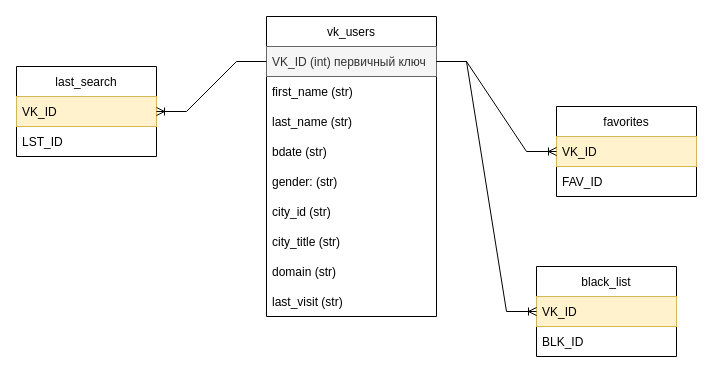
Garbuzenko/VKinder keeps this draw.io diagram as docs/DB_Vkinter.drawio. Above is the earlier version. Source tidied: cells renumbered, new cells numbered last; positions are measured from the earlier drawing's top-left corner, leaving out a move shared by most shapes. Both pictures are drawn from the tidied source at 100%, with x=0, y=0 at pixel (16, 16).
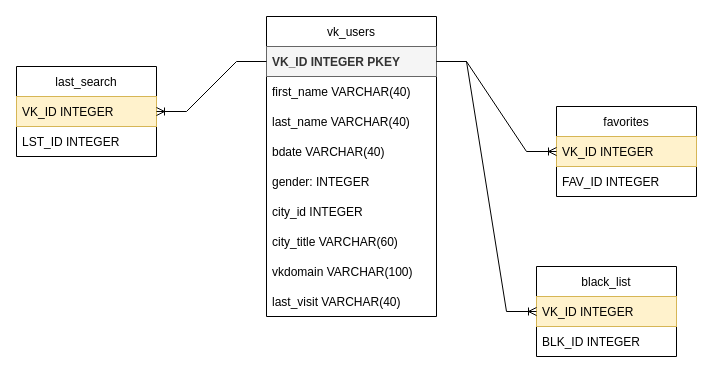
The same page after the edit.

The change refers to these unchanged cells:
```xml
<mxCell id="2" value="vk_users" style="swimlane;fontStyle=0;horizontal=1;startSize=30;" parent="1" vertex="1">
  <mxGeometry x="250" width="170" height="300" as="geometry" />
</mxCell>
<mxCell id="12" value="favorites" style="swimlane;fontStyle=0;horizontal=1;startSize=30;" parent="1" vertex="1">
  <mxGeometry x="540" y="90" width="140" height="90" as="geometry" />
</mxCell>
<mxCell id="15" value="black_list" style="swimlane;fontStyle=0;horizontal=1;startSize=30;" parent="1" vertex="1">
  <mxGeometry x="520" y="250" width="140" height="90" as="geometry" />
</mxCell>
<mxCell id="19" value="last_search" style="swimlane;fontStyle=0;horizontal=1;startSize=30;" parent="1" vertex="1">
  <mxGeometry y="50" width="140" height="90" as="geometry" />
</mxCell>
```

Change to the diagram source:
```diff
@@
-    <mxCell id="3" value="VK_ID (int) первичный ключ" style="text;strokeColor=#666666;fillColor=#f5f5f5;align=left;verticalAlign=middle;spacingLeft=4;spacingRight=4;overflow=hidden;points=[[0,0.5],[1,0.5]];portConstraint=eastwest;fontColor=#333333;" parent="2" vertex="1">
+    <mxCell id="3" value="VK_ID INTEGER PKEY" style="text;strokeColor=#666666;fillColor=#f5f5f5;align=left;verticalAlign=middle;spacingLeft=4;spacingRight=4;overflow=hidden;points=[[0,0.5],[1,0.5]];portConstraint=eastwest;fontColor=#333333;fontStyle=1;" parent="2" vertex="1">
       <mxGeometry y="30" width="170" height="30" as="geometry" />
     </mxCell>
-    <mxCell id="4" value="first_name (str)" style="text;strokeColor=none;fillColor=none;align=left;verticalAlign=middle;spacingLeft=4;spacingRight=4;overflow=hidden;" parent="2" vertex="1">
+    <mxCell id="4" value="first_name VARCHAR(40)" style="text;strokeColor=none;fillColor=none;align=left;verticalAlign=middle;spacingLeft=4;spacingRight=4;overflow=hidden;" parent="2" vertex="1">
       <mxGeometry y="60" width="170" height="30" as="geometry" />
     </mxCell>
-    <mxCell id="5" value="last_name (str)" style="text;strokeColor=none;fillColor=none;align=left;verticalAlign=middle;spacingLeft=4;spacingRight=4;overflow=hidden;" parent="2" vertex="1">
+    <mxCell id="5" value="last_name VARCHAR(40)" style="text;strokeColor=none;fillColor=none;align=left;verticalAlign=middle;spacingLeft=4;spacingRight=4;overflow=hidden;" parent="2" vertex="1">
       <mxGeometry y="90" width="170" height="30" as="geometry" />
     </mxCell>
-    <mxCell id="6" value="bdate (str)" style="text;strokeColor=none;fillColor=none;align=left;verticalAlign=middle;spacingLeft=4;spacingRight=4;overflow=hidden;" parent="2" vertex="1">
+    <mxCell id="6" value="bdate VARCHAR(40)" style="text;strokeColor=none;fillColor=none;align=left;verticalAlign=middle;spacingLeft=4;spacingRight=4;overflow=hidden;" parent="2" vertex="1">
       <mxGeometry y="120" width="170" height="30" as="geometry" />
     </mxCell>
-    <mxCell id="7" value="gender: (str)" style="text;strokeColor=none;fillColor=none;align=left;verticalAlign=middle;spacingLeft=4;spacingRight=4;overflow=hidden;" parent="2" vertex="1">
+    <mxCell id="7" value="gender: INTEGER" style="text;strokeColor=none;fillColor=none;align=left;verticalAlign=middle;spacingLeft=4;spacingRight=4;overflow=hidden;" parent="2" vertex="1">
       <mxGeometry y="150" width="170" height="30" as="geometry" />
     </mxCell>
-    <mxCell id="8" value="city_id (str)" style="text;strokeColor=none;fillColor=none;align=left;verticalAlign=middle;spacingLeft=4;spacingRight=4;overflow=hidden;" parent="2" vertex="1">
+    <mxCell id="8" value="city_id INTEGER" style="text;strokeColor=none;fillColor=none;align=left;verticalAlign=middle;spacingLeft=4;spacingRight=4;overflow=hidden;" parent="2" vertex="1">
       <mxGeometry y="180" width="170" height="30" as="geometry" />
     </mxCell>
-    <mxCell id="9" value="city_title (str)" style="text;strokeColor=none;fillColor=none;align=left;verticalAlign=middle;spacingLeft=4;spacingRight=4;overflow=hidden;" parent="2" vertex="1">
+    <mxCell id="9" value="city_title VARCHAR(60)" style="text;strokeColor=none;fillColor=none;align=left;verticalAlign=middle;spacingLeft=4;spacingRight=4;overflow=hidden;" parent="2" vertex="1">
       <mxGeometry y="210" width="170" height="30" as="geometry" />
     </mxCell>
-    <mxCell id="10" value="domain (str)" style="text;strokeColor=none;fillColor=none;align=left;verticalAlign=middle;spacingLeft=4;spacingRight=4;overflow=hidden;" parent="2" vertex="1">
+    <mxCell id="10" value="vkdomain VARCHAR(100)" style="text;strokeColor=none;fillColor=none;align=left;verticalAlign=middle;spacingLeft=4;spacingRight=4;overflow=hidden;" parent="2" vertex="1">
       <mxGeometry y="240" width="170" height="30" as="geometry" />
     </mxCell>
-    <mxCell id="11" value="last_visit (str)" style="text;strokeColor=none;fillColor=none;align=left;verticalAlign=middle;spacingLeft=4;spacingRight=4;overflow=hidden;" parent="2" vertex="1">
+    <mxCell id="11" value="last_visit VARCHAR(40)" style="text;strokeColor=none;fillColor=none;align=left;verticalAlign=middle;spacingLeft=4;spacingRight=4;overflow=hidden;" parent="2" vertex="1">
       <mxGeometry y="270" width="170" height="30" as="geometry" />
     </mxCell>
@@
-    <mxCell id="13" value="VK_ID" style="text;strokeColor=#d6b656;fillColor=#fff2cc;align=left;verticalAlign=middle;spacingLeft=4;spacingRight=4;overflow=hidden;points=[[0,0.5],[1,0.5]];portConstraint=eastwest;" parent="12" vertex="1">
+    <mxCell id="13" value="VK_ID INTEGER" style="text;strokeColor=#d6b656;fillColor=#fff2cc;align=left;verticalAlign=middle;spacingLeft=4;spacingRight=4;overflow=hidden;points=[[0,0.5],[1,0.5]];portConstraint=eastwest;" parent="12" vertex="1">
       <mxGeometry y="30" width="140" height="30" as="geometry" />
     </mxCell>
-    <mxCell id="14" value="FAV_ID" style="text;strokeColor=none;fillColor=none;align=left;verticalAlign=middle;spacingLeft=4;spacingRight=4;overflow=hidden;" parent="12" vertex="1">
+    <mxCell id="14" value="FAV_ID INTEGER" style="text;strokeColor=none;fillColor=none;align=left;verticalAlign=middle;spacingLeft=4;spacingRight=4;overflow=hidden;" parent="12" vertex="1">
       <mxGeometry y="60" width="140" height="30" as="geometry" />
     </mxCell>
@@
-    <mxCell id="16" value="VK_ID" style="text;strokeColor=#d6b656;fillColor=#fff2cc;align=left;verticalAlign=middle;spacingLeft=4;spacingRight=4;overflow=hidden;points=[[0,0.5],[1,0.5]];portConstraint=eastwest;" parent="15" vertex="1">
+    <mxCell id="16" value="VK_ID INTEGER" style="text;strokeColor=#d6b656;fillColor=#fff2cc;align=left;verticalAlign=middle;spacingLeft=4;spacingRight=4;overflow=hidden;points=[[0,0.5],[1,0.5]];portConstraint=eastwest;" parent="15" vertex="1">
       <mxGeometry y="30" width="140" height="30" as="geometry" />
     </mxCell>
-    <mxCell id="17" value="BLK_ID" style="text;strokeColor=none;fillColor=none;align=left;verticalAlign=middle;spacingLeft=4;spacingRight=4;overflow=hidden;" parent="15" vertex="1">
+    <mxCell id="17" value="BLK_ID INTEGER" style="text;strokeColor=none;fillColor=none;align=left;verticalAlign=middle;spacingLeft=4;spacingRight=4;overflow=hidden;" parent="15" vertex="1">
       <mxGeometry y="60" width="140" height="30" as="geometry" />
     </mxCell>
@@
-    <mxCell id="20" value="VK_ID" style="text;strokeColor=#d6b656;fillColor=#fff2cc;align=left;verticalAlign=middle;spacingLeft=4;spacingRight=4;overflow=hidden;" parent="19" vertex="1">
+    <mxCell id="20" value="VK_ID INTEGER " style="text;strokeColor=#d6b656;fillColor=#fff2cc;align=left;verticalAlign=middle;spacingLeft=4;spacingRight=4;overflow=hidden;" parent="19" vertex="1">
       <mxGeometry y="30" width="140" height="30" as="geometry" />
     </mxCell>
-    <mxCell id="21" value="LST_ID" style="text;strokeColor=none;fillColor=none;align=left;verticalAlign=middle;spacingLeft=4;spacingRight=4;overflow=hidden;" parent="19" vertex="1">
+    <mxCell id="21" value="LST_ID INTEGER" style="text;strokeColor=none;fillColor=none;align=left;verticalAlign=middle;spacingLeft=4;spacingRight=4;overflow=hidden;" parent="19" vertex="1">
       <mxGeometry y="60" width="140" height="30" as="geometry" />
     </mxCell>
```
